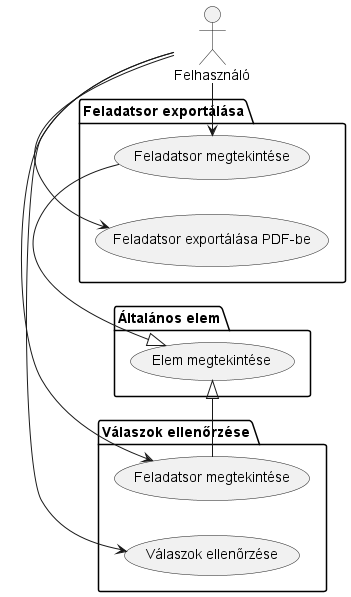
This is DiplomatervSablon_LaTeX_v1/figures/AnswerCheck Diagram.png from LaciProg/Szakdolgozat, a PlantUML export, as it was before one commit.
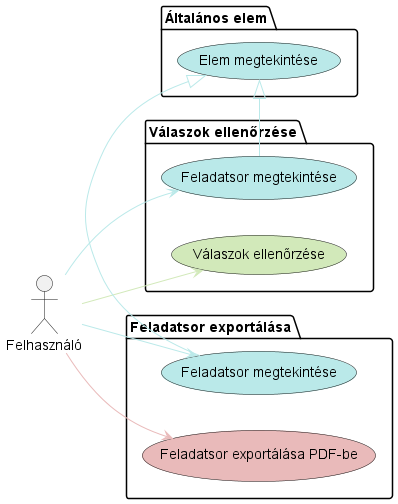
Above is the later version.

Diff of the diagram source:
```diff
@@ -5,29 +5,27 @@
 actor Felhasználó
 
 package "Általános elem" {
-    usecase "Elem megtekintése" as ViewElement
+    usecase "Elem megtekintése" as ViewElement #BAE9E9
 }
 
 package "Válaszok ellenőrzése" {
-    usecase "Feladatsor megtekintése" as ViewExamCheck
-    usecase "Válaszok ellenőrzése" as CheckAnswers
+    usecase "Feladatsor megtekintése" as ViewExamCheck #BAE9E9
+    usecase "Válaszok ellenőrzése" as CheckAnswers #D2E9BA
 
-    ViewExamCheck -|> ViewElement
+    ViewExamCheck -[#BAE9E9]|> ViewElement
 }
 
+Felhasználó -[#BAE9E9]-> ViewExamCheck
+Felhasználó -[#D2E9BA]-> CheckAnswers
 
 package "Feladatsor exportálása" {
-    usecase "Feladatsor megtekintése" as ViewExamExport
-    usecase "Feladatsor exportálása PDF-be" as ExportExamToPDF
+    usecase "Feladatsor megtekintése" as ViewExamExport #BAE9E9
+    usecase "Feladatsor exportálása PDF-be" as ExportExamToPDF #E9BABA
 
-    ViewExamExport -|> ViewElement
+    ViewExamExport -[#BAE9E9]|> ViewElement
 }
 
-
-Felhasználó -> ViewExamCheck
-Felhasználó -> CheckAnswers
-
-Felhasználó -> ViewExamExport
-Felhasználó -> ExportExamToPDF
+Felhasználó -[#BAE9E9]-> ViewExamExport
+Felhasználó -[#E9BABA]-> ExportExamToPDF
 
 @enduml
```
